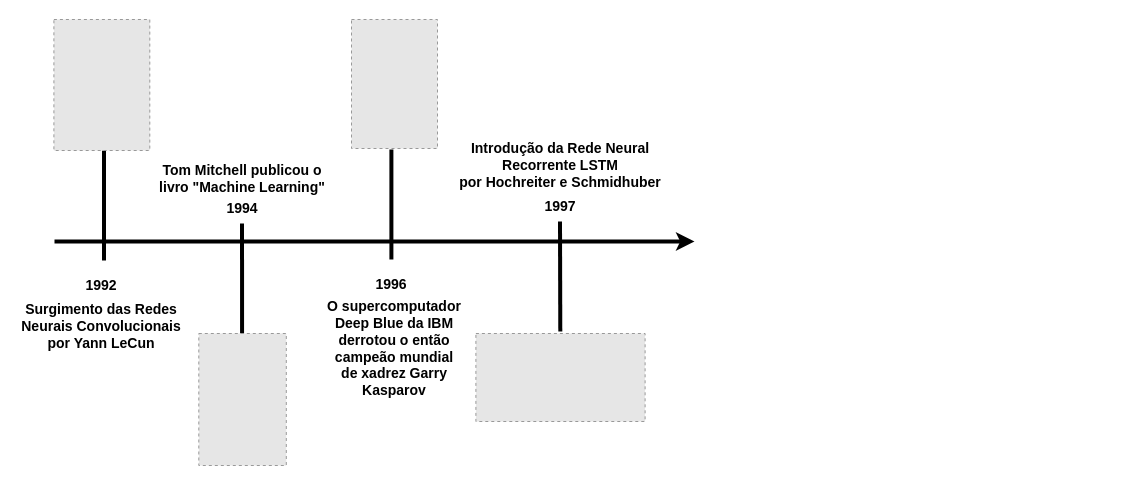
Earlier version of the draw.io diagram timeline9020.drawio (giacicunb/iagora). Source tidied: cells renumbered, new cells numbered last; positions are measured from the earlier drawing's top-left corner, leaving out a move shared by most shapes. Both pictures are drawn from the tidied source at 100%, with x=0, y=0 at pixel (16, 19). Pictures stored in the file or linked from it are replaced by grey dashed boxes.
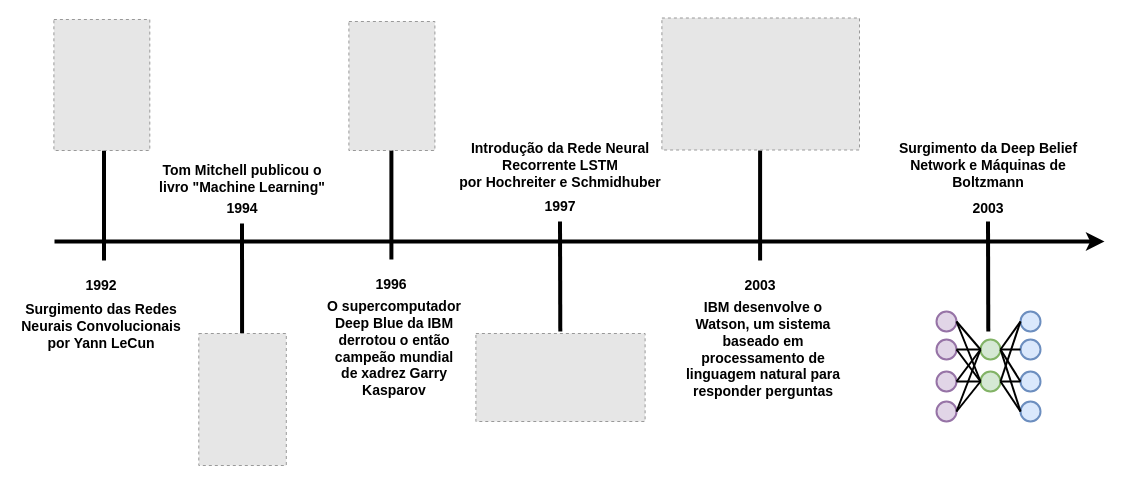
The same page after the edit.

Diff of the diagram source:
```diff
@@
     <mxCell id="2" style="endArrow=classic;html=1;rounded=0;strokeWidth=4;" parent="1" edge="1">
       <mxGeometry relative="1" as="geometry">
         <mxPoint x="38" y="222" as="sourcePoint" />
-        <mxPoint x="678" y="222" as="targetPoint" />
+        <mxPoint x="1088" y="222" as="targetPoint" />
       </mxGeometry>
     </mxCell>
@@
     <mxCell id="14" style="fillColor=#E6E6E6;strokeColor=#999999;dashed=1;verticalLabelPosition=bottom;labelBackgroundColor=default;verticalAlign=top;" parent="1" vertex="1">
-      <mxGeometry x="335" width="86" height="129" as="geometry" />
+      <mxGeometry x="332.4" y="2" width="86" height="129" as="geometry" />
     </mxCell>
@@
+    <mxCell id="19" style="endArrow=none;html=1;rounded=0;strokeWidth=4;" parent="1" edge="1">
+      <mxGeometry relative="1" as="geometry">
+        <mxPoint x="971.5" y="202" as="sourcePoint" />
+        <mxPoint x="971.8" y="312" as="targetPoint" />
+      </mxGeometry>
+    </mxCell>
+    <mxCell id="20" value="2003" style="text;html=1;align=center;verticalAlign=middle;whiteSpace=wrap;rounded=0;fontSize=14;fontStyle=1;" parent="1" vertex="1">
+      <mxGeometry x="942" y="188" width="60" height="1" as="geometry" />
+    </mxCell>
+    <mxCell id="21" value="&lt;div style=&quot;font-size: 14px;&quot;&gt;Surgimento da Deep Belief Network e Máquinas de Boltzmann&lt;/div&gt;" style="text;html=1;align=center;verticalAlign=middle;whiteSpace=wrap;rounded=0;fontSize=14;fontStyle=1;" parent="1" vertex="1">
+      <mxGeometry x="868" y="131" width="208" height="30" as="geometry" />
+    </mxCell>
+    <mxCell id="22" value="2003" style="text;html=1;align=center;verticalAlign=middle;whiteSpace=wrap;rounded=0;fontSize=14;fontStyle=1;" parent="1" vertex="1">
+      <mxGeometry x="714.1" y="251" width="60" height="30" as="geometry" />
+    </mxCell>
+    <mxCell id="23" value="IBM desenvolve o Watson, um sistema baseado em processamento de linguagem natural para responder perguntas" style="text;html=1;align=center;verticalAlign=middle;whiteSpace=wrap;rounded=0;fontSize=14;fontStyle=1;" parent="1" vertex="1">
+      <mxGeometry x="666.8" y="315" width="160" height="30" as="geometry" />
+    </mxCell>
+    <mxCell id="24" style="endArrow=none;html=1;rounded=0;entryX=0.5;entryY=1;entryDx=0;entryDy=0;strokeWidth=4;fontSize=14;fontStyle=1;" parent="1" edge="1">
+      <mxGeometry relative="1" as="geometry">
+        <mxPoint x="743.6" y="241" as="sourcePoint" />
+        <mxPoint x="743.6" y="131" as="targetPoint" />
+      </mxGeometry>
+    </mxCell>
+    <mxCell id="25" style="fillColor=#E6E6E6;strokeColor=#999999;dashed=1;verticalLabelPosition=bottom;labelBackgroundColor=default;verticalAlign=top;" parent="1" vertex="1">
+      <mxGeometry x="645.4" y="-1.5" width="197.6" height="132" as="geometry" />
+    </mxCell>
+    <mxCell id="26" style="ellipse;whiteSpace=wrap;html=1;fillColor=#e1d5e7;strokeColor=#9673a6;strokeWidth=2;" parent="1" vertex="1">
+      <mxGeometry x="920" y="352" width="20" height="20" as="geometry" />
+    </mxCell>
+    <mxCell id="27" style="ellipse;whiteSpace=wrap;html=1;fillColor=#e1d5e7;strokeColor=#9673a6;strokeWidth=2;" parent="1" vertex="1">
+      <mxGeometry x="920" y="320" width="20" height="20" as="geometry" />
+    </mxCell>
+    <mxCell id="28" style="ellipse;whiteSpace=wrap;html=1;fillColor=#e1d5e7;strokeColor=#9673a6;strokeWidth=2;" parent="1" vertex="1">
+      <mxGeometry x="920" y="292" width="20" height="20" as="geometry" />
+    </mxCell>
+    <mxCell id="29" style="ellipse;whiteSpace=wrap;html=1;fillColor=#e1d5e7;strokeColor=#9673a6;strokeWidth=2;" parent="1" vertex="1">
+      <mxGeometry x="920" y="382" width="20" height="20" as="geometry" />
+    </mxCell>
+    <mxCell id="30" style="ellipse;whiteSpace=wrap;html=1;fillColor=#d5e8d4;strokeColor=#82b366;strokeWidth=2;" parent="1" vertex="1">
+      <mxGeometry x="964" y="320" width="20" height="20" as="geometry" />
+    </mxCell>
+    <mxCell id="31" style="ellipse;whiteSpace=wrap;html=1;fillColor=#d5e8d4;strokeColor=#82b366;strokeWidth=2;" parent="1" vertex="1">
+      <mxGeometry x="964" y="352" width="20" height="20" as="geometry" />
+    </mxCell>
+    <mxCell id="32" style="ellipse;whiteSpace=wrap;html=1;fillColor=#dae8fc;strokeColor=#6c8ebf;strokeWidth=2;" parent="1" vertex="1">
+      <mxGeometry x="1004" y="292" width="20" height="20" as="geometry" />
+    </mxCell>
+    <mxCell id="33" style="ellipse;whiteSpace=wrap;html=1;fillColor=#dae8fc;strokeColor=#6c8ebf;strokeWidth=2;" parent="1" vertex="1">
+      <mxGeometry x="1004" y="320" width="20" height="20" as="geometry" />
+    </mxCell>
+    <mxCell id="34" style="ellipse;whiteSpace=wrap;html=1;fillColor=#dae8fc;strokeColor=#6c8ebf;strokeWidth=2;" parent="1" vertex="1">
+      <mxGeometry x="1004" y="352" width="20" height="20" as="geometry" />
+    </mxCell>
+    <mxCell id="35" style="ellipse;whiteSpace=wrap;html=1;fillColor=#dae8fc;strokeColor=#6c8ebf;strokeWidth=2;" parent="1" vertex="1">
+      <mxGeometry x="1004" y="382" width="20" height="20" as="geometry" />
+    </mxCell>
+    <mxCell id="36" style="endArrow=none;html=1;rounded=0;entryX=0;entryY=0.5;entryDx=0;entryDy=0;exitX=1;exitY=0.5;exitDx=0;exitDy=0;strokeWidth=2;" parent="1" edge="1" source="28" target="30">
+      <mxGeometry relative="1" as="geometry" />
+    </mxCell>
+    <mxCell id="37" style="endArrow=none;html=1;rounded=0;entryX=0;entryY=0.5;entryDx=0;entryDy=0;exitX=1;exitY=0.5;exitDx=0;exitDy=0;strokeWidth=2;" parent="1" edge="1" source="27" target="30">
+      <mxGeometry relative="1" as="geometry" />
+    </mxCell>
+    <mxCell id="38" style="endArrow=none;html=1;rounded=0;exitX=1;exitY=0.5;exitDx=0;exitDy=0;entryX=0;entryY=0.5;entryDx=0;entryDy=0;strokeWidth=2;" parent="1" edge="1" source="26" target="30">
+      <mxGeometry relative="1" as="geometry" />
+    </mxCell>
+    <mxCell id="39" style="endArrow=none;html=1;rounded=0;entryX=0;entryY=0.5;entryDx=0;entryDy=0;exitX=1;exitY=0.5;exitDx=0;exitDy=0;strokeWidth=2;" parent="1" edge="1" source="29" target="30">
+      <mxGeometry relative="1" as="geometry" />
+    </mxCell>
+    <mxCell id="40" style="endArrow=none;html=1;rounded=0;entryX=0;entryY=0.5;entryDx=0;entryDy=0;exitX=1;exitY=0.5;exitDx=0;exitDy=0;strokeWidth=2;" parent="1" edge="1" source="28" target="31">
+      <mxGeometry relative="1" as="geometry" />
+    </mxCell>
+    <mxCell id="41" style="endArrow=none;html=1;rounded=0;entryX=0;entryY=0.5;entryDx=0;entryDy=0;exitX=1;exitY=0.5;exitDx=0;exitDy=0;strokeWidth=2;" parent="1" edge="1" source="27" target="31">
+      <mxGeometry relative="1" as="geometry" />
+    </mxCell>
+    <mxCell id="42" style="endArrow=none;html=1;rounded=0;entryX=0;entryY=0.5;entryDx=0;entryDy=0;exitX=1;exitY=0.5;exitDx=0;exitDy=0;strokeWidth=2;" parent="1" edge="1" source="26" target="31">
+      <mxGeometry relative="1" as="geometry" />
+    </mxCell>
+    <mxCell id="43" style="endArrow=none;html=1;rounded=0;entryX=0;entryY=0.5;entryDx=0;entryDy=0;exitX=1;exitY=0.5;exitDx=0;exitDy=0;strokeWidth=2;" parent="1" edge="1" source="29" target="31">
+      <mxGeometry relative="1" as="geometry" />
+    </mxCell>
+    <mxCell id="44" style="endArrow=none;html=1;rounded=0;entryX=0;entryY=0.5;entryDx=0;entryDy=0;exitX=1;exitY=0.5;exitDx=0;exitDy=0;strokeWidth=2;" parent="1" edge="1" source="30" target="32">
+      <mxGeometry relative="1" as="geometry" />
+    </mxCell>
+    <mxCell id="45" style="endArrow=none;html=1;rounded=0;entryX=0;entryY=0.5;entryDx=0;entryDy=0;exitX=1;exitY=0.5;exitDx=0;exitDy=0;strokeWidth=2;" parent="1" edge="1" source="30" target="33">
+      <mxGeometry relative="1" as="geometry" />
+    </mxCell>
+    <mxCell id="46" style="endArrow=none;html=1;rounded=0;entryX=0;entryY=0.5;entryDx=0;entryDy=0;exitX=1;exitY=0.5;exitDx=0;exitDy=0;strokeWidth=2;" parent="1" edge="1" source="30" target="34">
+      <mxGeometry relative="1" as="geometry" />
+    </mxCell>
+    <mxCell id="47" style="endArrow=none;html=1;rounded=0;entryX=0;entryY=0.5;entryDx=0;entryDy=0;exitX=1;exitY=0.5;exitDx=0;exitDy=0;strokeWidth=2;" parent="1" edge="1" source="30" target="35">
+      <mxGeometry relative="1" as="geometry" />
+    </mxCell>
+    <mxCell id="48" style="endArrow=none;html=1;rounded=0;entryX=0;entryY=0.5;entryDx=0;entryDy=0;exitX=1;exitY=0.5;exitDx=0;exitDy=0;strokeWidth=2;" parent="1" edge="1" source="31" target="32">
+      <mxGeometry relative="1" as="geometry" />
+    </mxCell>
+    <mxCell id="49" style="endArrow=none;html=1;rounded=0;entryX=0;entryY=0.5;entryDx=0;entryDy=0;exitX=1;exitY=0.5;exitDx=0;exitDy=0;strokeWidth=2;" parent="1" edge="1" source="31" target="34">
+      <mxGeometry relative="1" as="geometry" />
+    </mxCell>
+    <mxCell id="50" style="endArrow=none;html=1;rounded=0;entryX=0;entryY=0.5;entryDx=0;entryDy=0;exitX=1;exitY=0.5;exitDx=0;exitDy=0;strokeWidth=2;" parent="1" edge="1" source="31" target="35">
+      <mxGeometry relative="1" as="geometry" />
+    </mxCell>
```
